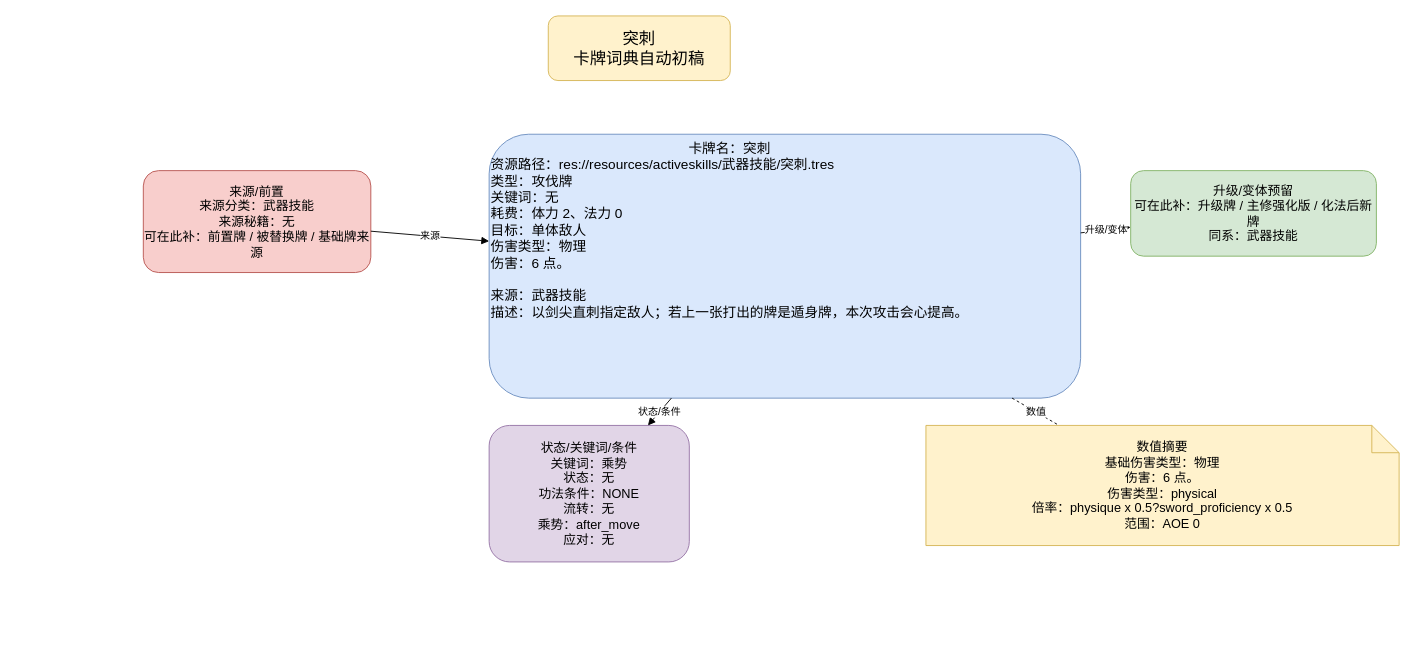
Earlier version of the draw.io diagram page "突刺" (1 of 2) of docs/卡牌词典/武器技能/突刺.drawio (ankundanetracyc-spec/tian-guan-you-du). Source tidied: cells renumbered, new cells numbered last; positions are measured from the earlier drawing's top-left corner, leaving out a move shared by most shapes. Both pictures are drawn from the tidied source at 91%, with x=0, y=0 at pixel (143, 15).
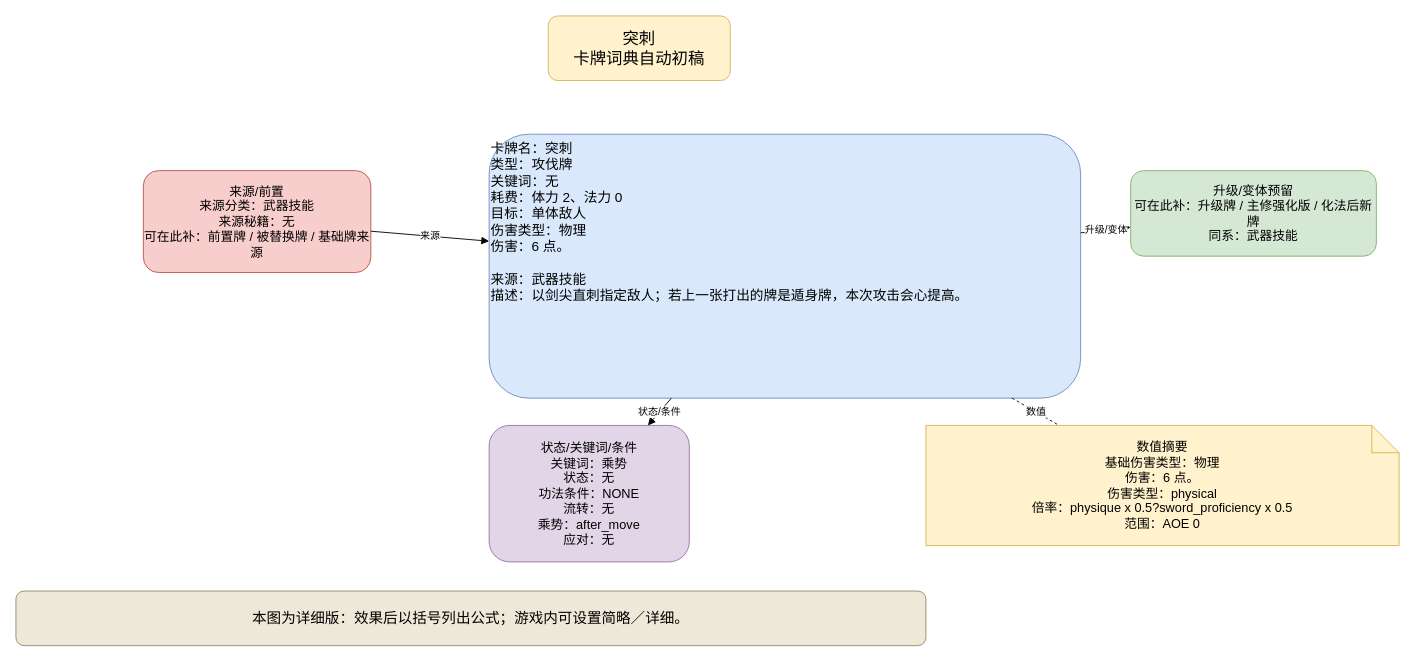
Above is the later version.

Diff of the diagram source:
```diff
@@
 <mxGraphModel>
   <root>
     <mxCell id="0" />
     <mxCell id="1" parent="0" />
     <mxCell id="2" value="突刺&#10;卡牌词典自动初稿" style="rounded=1;whiteSpace=wrap;html=1;fillColor=#fff2cc;strokeColor=#d6b656;fontSize=18;" parent="1" vertex="1">
       <mxGeometry x="445" width="200" height="71" as="geometry" />
     </mxCell>
-    <mxCell id="3" value="&lt;div style=&quot;text-align:center;&quot;&gt;卡牌名：突刺&lt;/div&gt;&lt;div style=&quot;text-align:left;&quot;&gt;资源路径：res://resources/activeskills/武器技能/突刺.tres&lt;br&gt;类型：攻伐牌&lt;br&gt;关键词：无&lt;br&gt;耗费：体力 2、法力 0&lt;br&gt;目标：单体敌人&lt;br&gt;伤害类型：物理&lt;br&gt;伤害：6 点。&lt;/div&gt;&lt;br&gt;来源：武器技能&lt;br&gt;描述：以剑尖直刺指定敌人；若上一张打出的牌是遁身牌，本次攻击会心提高。" style="rounded=1;whiteSpace=wrap;html=1;fillColor=#dae8fc;strokeColor=#6c8ebf;fontSize=15;align=left;verticalAlign=top;" parent="1" vertex="1">
+    <mxCell id="3" value="卡牌名：突刺&#10;类型：攻伐牌&#10;关键词：无&#10;耗费：体力 2、法力 0&#10;目标：单体敌人&#10;伤害类型：物理&#10;伤害：6 点。&#10;&#10;来源：武器技能&#10;描述：以剑尖直刺指定敌人；若上一张打出的牌是遁身牌，本次攻击会心提高。" style="rounded=1;whiteSpace=wrap;html=1;fillColor=#dae8fc;strokeColor=#6c8ebf;fontSize=15;align=left;verticalAlign=top;" parent="1" vertex="1">
       <mxGeometry x="380" y="130" width="650" height="290" as="geometry" />
     </mxCell>
     <mxCell id="4" value="来源/前置&#10;来源分类：武器技能&#10;来源秘籍：无&#10;可在此补：前置牌 / 被替换牌 / 基础牌来源" style="rounded=1;whiteSpace=wrap;html=1;fillColor=#f8cecc;strokeColor=#b85450;fontSize=14;" parent="1" vertex="1">
       <mxGeometry y="170" width="250" height="112" as="geometry" />
     </mxCell>
     <mxCell id="5" value="升级/变体预留&#10;可在此补：升级牌 / 主修强化版 / 化法后新牌&#10;同系：武器技能" style="rounded=1;whiteSpace=wrap;html=1;fillColor=#d5e8d4;strokeColor=#82b366;fontSize=14;" parent="1" vertex="1">
       <mxGeometry x="1085" y="170" width="270" height="94" as="geometry" />
     </mxCell>
     <mxCell id="6" value="状态/关键词/条件&#10;关键词：乘势&#10;状态：无&#10;功法条件：NONE&#10;流转：无&#10;乘势：after_move&#10;应对：无" style="rounded=1;whiteSpace=wrap;html=1;fillColor=#e1d5e7;strokeColor=#9673a6;fontSize=14;" parent="1" vertex="1">
       <mxGeometry x="380" y="450" width="220" height="150" as="geometry" />
     </mxCell>
     <mxCell id="7" value="数值摘要&lt;br&gt;基础伤害类型：物理&lt;br&gt;伤害：6 点。&lt;br&gt;伤害类型：physical&lt;br&gt;倍率：physique x 0.5?sword_proficiency x 0.5&lt;br&gt;范围：AOE 0" style="shape=note;whiteSpace=wrap;html=1;fillColor=#fff2cc;strokeColor=#d6b656;fontSize=14;" parent="1" vertex="1">
       <mxGeometry x="860" y="450" width="520" height="132" as="geometry" />
     </mxCell>
     <mxCell id="8" value="来源" style="endArrow=block;html=1;rounded=0;" parent="1" edge="1" source="4" target="3">
       <mxGeometry relative="1" as="geometry" />
     </mxCell>
     <mxCell id="9" value="升级/变体" style="endArrow=block;html=1;rounded=0;" parent="1" edge="1" source="3" target="5">
       <mxGeometry relative="1" as="geometry" />
     </mxCell>
     <mxCell id="10" value="状态/条件" style="endArrow=block;html=1;rounded=0;" parent="1" edge="1" source="3" target="6">
       <mxGeometry relative="1" as="geometry" />
     </mxCell>
     <mxCell id="11" value="数值" style="endArrow=none;dashed=1;html=1;" parent="1" edge="1" source="3" target="7">
       <mxGeometry relative="1" as="geometry" />
     </mxCell>
+    <mxCell id="12" value="本图为详细版：效果后以括号列出公式；游戏内可设置简略／详细。" style="rounded=1;whiteSpace=wrap;html=1;fillColor=#eee8d8;strokeColor=#9a8967;fontSize=16;" parent="1" vertex="1">
+      <mxGeometry x="-140" y="632" width="1000" height="60" as="geometry" />
+    </mxCell>
   </root>
 </mxGraphModel>
```
